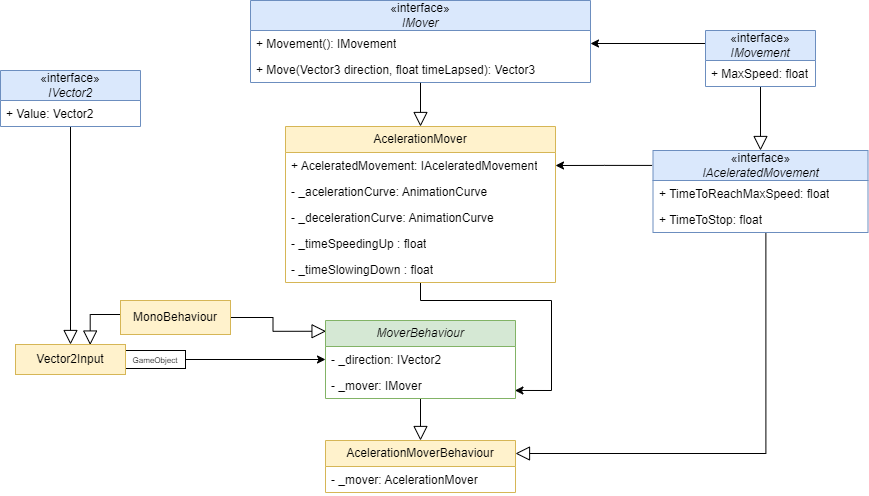
The draw.io diagram Documentation/MovementSystem.png in MateoRyhr/prevail_fps-zombie-unity, before a commit. Source tidied: cells renumbered, new cells last; positions are measured from the earlier drawing's top-left corner, leaving out a move shared by most shapes.
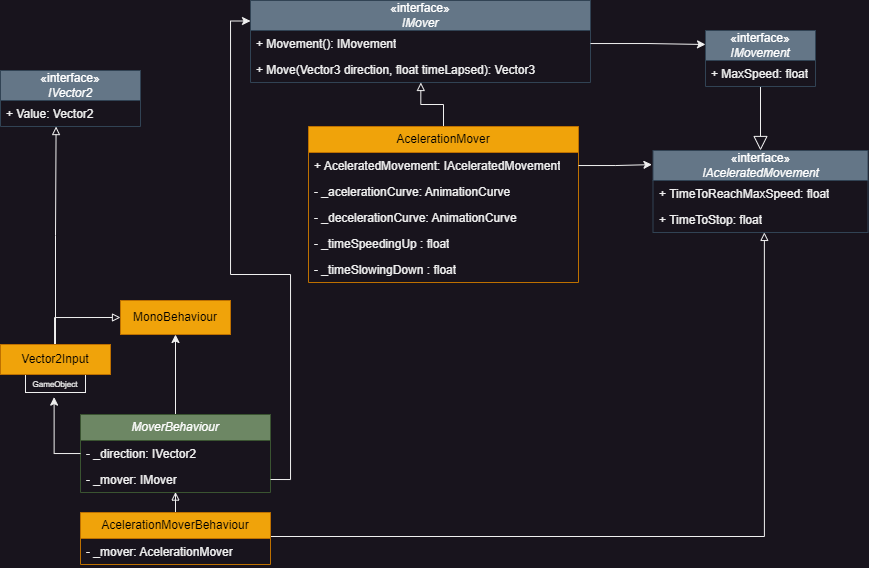
Later version of the same file.

Diff of the diagram source:
```diff
@@ -2,17 +2,14 @@
   <root>
     <mxCell id="0" />
     <mxCell id="1" parent="0" />
-    <mxCell id="2" style="edgeStyle=orthogonalEdgeStyle;rounded=0;jettySize=auto;html=1;entryX=0.5;entryY=0;entryDx=0;entryDy=0;endSize=12;endArrow=block;endFill=0;" parent="1" edge="1" source="3" target="27">
-      <mxGeometry relative="1" as="geometry" />
-    </mxCell>
-    <mxCell id="3" value="«interface»&lt;br&gt;&lt;i&gt;IVector2&lt;/i&gt;" style="swimlane;fontStyle=0;horizontal=1;startSize=30;fillColor=#dae8fc;whiteSpace=wrap;html=1;strokeColor=#6c8ebf;" parent="1" vertex="1">
-      <mxGeometry y="70" width="140" height="56" as="geometry" />
+    <mxCell id="3" value="«interface»&lt;br&gt;&lt;i&gt;IVector2&lt;/i&gt;" style="swimlane;fontStyle=0;horizontal=1;startSize=30;fillColor=#647687;whiteSpace=wrap;html=1;strokeColor=#314354;fontColor=#ffffff;" parent="1" vertex="1">
+      <mxGeometry x="-394" y="10" width="140" height="56" as="geometry" />
     </mxCell>
     <mxCell id="4" value="+ Value: Vector2" style="text;strokeColor=none;fillColor=none;align=left;verticalAlign=top;spacingLeft=4;spacingRight=4;overflow=hidden;points=[[0,0.5],[1,0.5]];portConstraint=eastwest;whiteSpace=wrap;html=1;" parent="3" vertex="1">
       <mxGeometry y="30" width="140" height="26" as="geometry" />
     </mxCell>
-    <mxCell id="5" value="«interface»&lt;br&gt;&lt;i&gt;IMover&lt;/i&gt;" style="swimlane;fontStyle=0;horizontal=1;startSize=30;fillColor=#dae8fc;whiteSpace=wrap;html=1;strokeColor=#6c8ebf;" parent="1" vertex="1">
-      <mxGeometry x="250" width="340" height="82" as="geometry" />
+    <mxCell id="5" value="«interface»&lt;br&gt;&lt;i&gt;IMover&lt;/i&gt;" style="swimlane;fontStyle=0;horizontal=1;startSize=30;fillColor=#647687;whiteSpace=wrap;html=1;strokeColor=#314354;fontColor=#ffffff;" parent="1" vertex="1">
+      <mxGeometry x="-144" y="-60" width="340" height="82" as="geometry" />
     </mxCell>
     <mxCell id="6" value="+ Movement(): IMovement" style="text;strokeColor=none;fillColor=none;align=left;verticalAlign=top;spacingLeft=4;spacingRight=4;overflow=hidden;points=[[0,0.5],[1,0.5]];portConstraint=eastwest;whiteSpace=wrap;html=1;" parent="5" vertex="1">
       <mxGeometry y="30" width="340" height="26" as="geometry" />
@@ -20,17 +17,11 @@
     <mxCell id="7" value="+ Move(Vector3 direction, float timeLapsed): Vector3" style="text;strokeColor=none;fillColor=none;align=left;verticalAlign=top;spacingLeft=4;spacingRight=4;overflow=hidden;points=[[0,0.5],[1,0.5]];portConstraint=eastwest;whiteSpace=wrap;html=1;" parent="5" vertex="1">
       <mxGeometry y="56" width="340" height="26" as="geometry" />
     </mxCell>
-    <mxCell id="8" style="edgeStyle=orthogonalEdgeStyle;rounded=0;jettySize=auto;html=1;entryX=0.997;entryY=0.691;entryDx=0;entryDy=0;entryPerimeter=0;" parent="1" edge="1" source="9" target="26">
-      <mxGeometry relative="1" as="geometry">
-        <Array as="points">
-          <mxPoint x="420" y="300" />
-          <mxPoint x="551" y="300" />
-          <mxPoint x="551" y="390" />
-        </Array>
-      </mxGeometry>
-    </mxCell>
+    <mxCell id="37" style="edgeStyle=orthogonalEdgeStyle;rounded=0;jettySize=auto;html=1;entryX=0.501;entryY=0.999;entryDx=0;entryDy=0;entryPerimeter=0;endArrow=block;endFill=0;" parent="1" edge="1" source="9" target="7">
+      <mxGeometry relative="1" as="geometry" />
+    </mxCell>
-    <mxCell id="9" value="AcelerationMover" style="swimlane;fontStyle=0;horizontal=1;startSize=26;fillColor=#fff2cc;whiteSpace=wrap;html=1;strokeColor=#d6b656;" parent="1" vertex="1">
-      <mxGeometry x="285" y="126" width="270" height="156" as="geometry" />
+    <mxCell id="9" value="AcelerationMover" style="swimlane;fontStyle=0;horizontal=1;startSize=26;fillColor=#f0a30a;whiteSpace=wrap;html=1;strokeColor=#BD7000;fontColor=#000000;" parent="1" vertex="1">
+      <mxGeometry x="-86" y="66" width="270" height="156" as="geometry" />
     </mxCell>
     <mxCell id="10" value="+ AceleratedMovement: IAceleratedMovement" style="text;strokeColor=none;fillColor=none;align=left;verticalAlign=top;spacingLeft=4;spacingRight=4;overflow=hidden;points=[[0,0.5],[1,0.5]];portConstraint=eastwest;whiteSpace=wrap;html=1;" parent="9" vertex="1">
       <mxGeometry y="26" width="270" height="26" as="geometry" />
@@ -47,40 +38,33 @@
     <mxCell id="14" value="- _timeSlowingDown : float" style="text;strokeColor=none;fillColor=none;align=left;verticalAlign=top;spacingLeft=4;spacingRight=4;overflow=hidden;whiteSpace=wrap;html=1;" parent="9" vertex="1">
       <mxGeometry y="130" width="270" height="26" as="geometry" />
     </mxCell>
-    <mxCell id="15" style="edgeStyle=orthogonalEdgeStyle;rounded=0;jettySize=auto;html=1;endArrow=block;endFill=0;endSize=12;exitX=0.5;exitY=1.013;exitDx=0;exitDy=0;exitPerimeter=0;entryX=0.5;entryY=0;entryDx=0;entryDy=0;" parent="1" edge="1" source="7" target="9">
-      <mxGeometry relative="1" as="geometry" />
-    </mxCell>
+    <mxCell id="38" style="edgeStyle=orthogonalEdgeStyle;rounded=0;jettySize=auto;html=1;entryX=0.518;entryY=0.997;entryDx=0;entryDy=0;entryPerimeter=0;endArrow=block;endFill=0;" parent="1" edge="1" source="16" target="36">
+      <mxGeometry relative="1" as="geometry">
+        <Array as="points">
+          <mxPoint x="370" y="476" />
+        </Array>
+      </mxGeometry>
+    </mxCell>
+    <mxCell id="39" style="edgeStyle=orthogonalEdgeStyle;rounded=0;jettySize=auto;html=1;entryX=0.5;entryY=0.983;entryDx=0;entryDy=0;entryPerimeter=0;endArrow=block;endFill=0;" parent="1" edge="1" source="16" target="26">
+      <mxGeometry relative="1" as="geometry" />
+    </mxCell>
-    <mxCell id="16" value="AcelerationMoverBehaviour" style="swimlane;fontStyle=0;horizontal=1;startSize=26;fillColor=#fff2cc;whiteSpace=wrap;html=1;strokeColor=#d6b656;" parent="1" vertex="1">
-      <mxGeometry x="325" y="440" width="190" height="52" as="geometry" />
+    <mxCell id="16" value="AcelerationMoverBehaviour" style="swimlane;fontStyle=0;horizontal=1;startSize=26;fillColor=#f0a30a;whiteSpace=wrap;html=1;strokeColor=#BD7000;fontColor=#000000;" parent="1" vertex="1">
+      <mxGeometry x="-314" y="452" width="190" height="52" as="geometry" />
     </mxCell>
     <mxCell id="17" value="- _mover: AcelerationMover" style="text;strokeColor=none;fillColor=none;align=left;verticalAlign=top;spacingLeft=4;spacingRight=4;overflow=hidden;whiteSpace=wrap;html=1;" parent="16" vertex="1">
       <mxGeometry y="26" width="190" height="26" as="geometry" />
     </mxCell>
-    <mxCell id="18" style="edgeStyle=orthogonalEdgeStyle;rounded=0;jettySize=auto;html=1;entryX=0.003;entryY=0.138;entryDx=0;entryDy=0;entryPerimeter=0;endSize=12;endArrow=block;endFill=0;" parent="1" edge="1" source="20" target="24">
-      <mxGeometry relative="1" as="geometry" />
-    </mxCell>
-    <mxCell id="19" style="edgeStyle=orthogonalEdgeStyle;rounded=0;jettySize=auto;html=1;entryX=0.679;entryY=0.018;entryDx=0;entryDy=0;entryPerimeter=0;endSize=12;endArrow=block;endFill=0;" parent="1" edge="1" source="20" target="27">
-      <mxGeometry relative="1" as="geometry">
-        <Array as="points">
-          <mxPoint x="175" y="314" />
-          <mxPoint x="90" y="314" />
-        </Array>
-      </mxGeometry>
-    </mxCell>
-    <mxCell id="20" value="MonoBehaviour" style="html=1;whiteSpace=wrap;fillColor=#fff2cc;strokeColor=#d6b656;" parent="1" vertex="1">
-      <mxGeometry x="120" y="300" width="110" height="34" as="geometry" />
+    <mxCell id="20" value="MonoBehaviour" style="html=1;whiteSpace=wrap;fillColor=#f0a30a;strokeColor=#BD7000;fontColor=#000000;" parent="1" vertex="1">
+      <mxGeometry x="-274" y="240" width="110" height="34" as="geometry" />
     </mxCell>
-    <mxCell id="21" style="edgeStyle=orthogonalEdgeStyle;rounded=0;jettySize=auto;html=1;entryX=0;entryY=0.5;entryDx=0;entryDy=0;" parent="1" edge="1" source="22" target="25">
-      <mxGeometry relative="1" as="geometry" />
-    </mxCell>
     <mxCell id="22" value="&lt;font style=&quot;font-size: 8px;&quot;&gt;GameObject&lt;/font&gt;" style="html=1;whiteSpace=wrap;" parent="1" vertex="1">
-      <mxGeometry x="125" y="350" width="60" height="18" as="geometry" />
+      <mxGeometry x="-369" y="314" width="60" height="18" as="geometry" />
     </mxCell>
-    <mxCell id="23" style="edgeStyle=orthogonalEdgeStyle;rounded=0;jettySize=auto;html=1;entryX=0.5;entryY=0;entryDx=0;entryDy=0;endSize=12;endArrow=block;endFill=0;" parent="1" edge="1" source="24" target="16">
-      <mxGeometry relative="1" as="geometry" />
-    </mxCell>
+    <mxCell id="40" style="edgeStyle=orthogonalEdgeStyle;rounded=0;jettySize=auto;html=1;entryX=0.5;entryY=1;entryDx=0;entryDy=0;" parent="1" edge="1" source="24" target="20">
+      <mxGeometry relative="1" as="geometry" />
+    </mxCell>
-    <mxCell id="24" value="&lt;i&gt;MoverBehaviour&lt;/i&gt;" style="swimlane;fontStyle=0;horizontal=1;startSize=26;fillColor=#d5e8d4;whiteSpace=wrap;html=1;strokeColor=#82b366;" parent="1" vertex="1">
-      <mxGeometry x="325" y="320" width="190" height="78" as="geometry" />
+    <mxCell id="24" value="&lt;i&gt;MoverBehaviour&lt;/i&gt;" style="swimlane;fontStyle=0;horizontal=1;startSize=26;fillColor=#6d8764;whiteSpace=wrap;html=1;strokeColor=#3A5431;fontColor=#ffffff;" parent="1" vertex="1">
+      <mxGeometry x="-314" y="354" width="190" height="78" as="geometry" />
     </mxCell>
     <mxCell id="25" value="- _direction: IVector2" style="text;strokeColor=none;fillColor=none;align=left;verticalAlign=top;spacingLeft=4;spacingRight=4;overflow=hidden;points=[[0,0.5],[1,0.5]];portConstraint=eastwest;whiteSpace=wrap;html=1;" parent="24" vertex="1">
       <mxGeometry y="26" width="190" height="26" as="geometry" />
@@ -88,37 +72,35 @@
     <mxCell id="26" value="- _mover: IMover" style="text;strokeColor=none;fillColor=none;align=left;verticalAlign=top;spacingLeft=4;spacingRight=4;overflow=hidden;points=[[0,0.5],[1,0.5]];portConstraint=eastwest;whiteSpace=wrap;html=1;" parent="24" vertex="1">
       <mxGeometry y="52" width="190" height="26" as="geometry" />
     </mxCell>
+    <mxCell id="41" style="edgeStyle=orthogonalEdgeStyle;rounded=0;jettySize=auto;html=1;endArrow=block;endFill=0;entryX=0.397;entryY=1.002;entryDx=0;entryDy=0;entryPerimeter=0;" parent="1" edge="1" source="27" target="4">
+      <mxGeometry relative="1" as="geometry">
+        <Array as="points">
+          <mxPoint x="-339" y="175" />
+          <mxPoint x="-338" y="175" />
+        </Array>
+      </mxGeometry>
+    </mxCell>
+    <mxCell id="42" style="edgeStyle=orthogonalEdgeStyle;rounded=0;jettySize=auto;html=1;entryX=0;entryY=0.5;entryDx=0;entryDy=0;endArrow=block;endFill=0;" parent="1" edge="1" source="27" target="20">
+      <mxGeometry relative="1" as="geometry">
+        <Array as="points">
+          <mxPoint x="-340" y="257" />
+        </Array>
+      </mxGeometry>
+    </mxCell>
-    <mxCell id="27" value="Vector2Input" style="html=1;whiteSpace=wrap;fillColor=#fff2cc;strokeColor=#d6b656;" parent="1" vertex="1">
-      <mxGeometry x="15" y="344" width="110" height="30" as="geometry" />
+    <mxCell id="27" value="Vector2Input" style="html=1;whiteSpace=wrap;fillColor=#f0a30a;strokeColor=#BD7000;fontColor=#000000;" parent="1" vertex="1">
+      <mxGeometry x="-394" y="284" width="110" height="30" as="geometry" />
     </mxCell>
     <mxCell id="28" style="edgeStyle=orthogonalEdgeStyle;rounded=0;jettySize=auto;html=1;entryX=0.5;entryY=0;entryDx=0;entryDy=0;endSize=12;endArrow=block;endFill=0;" parent="1" edge="1" source="30" target="34">
       <mxGeometry relative="1" as="geometry" />
     </mxCell>
-    <mxCell id="29" style="edgeStyle=orthogonalEdgeStyle;rounded=0;jettySize=auto;html=1;exitX=0;exitY=0.25;exitDx=0;exitDy=0;entryX=1;entryY=0.5;entryDx=0;entryDy=0;" parent="1" edge="1" source="30" target="6">
-      <mxGeometry relative="1" as="geometry">
-        <Array as="points">
-          <mxPoint x="705" y="43" />
-        </Array>
-      </mxGeometry>
-    </mxCell>
-    <mxCell id="30" value="«interface»&lt;br&gt;&lt;i&gt;IMovement&lt;/i&gt;" style="swimlane;fontStyle=0;horizontal=1;startSize=30;fillColor=#dae8fc;whiteSpace=wrap;html=1;strokeColor=#6c8ebf;" parent="1" vertex="1">
-      <mxGeometry x="705" y="30" width="110" height="56" as="geometry" />
+    <mxCell id="30" value="«interface»&lt;br&gt;&lt;i&gt;IMovement&lt;/i&gt;" style="swimlane;fontStyle=0;horizontal=1;startSize=30;fillColor=#647687;whiteSpace=wrap;html=1;strokeColor=#314354;fontColor=#ffffff;" parent="1" vertex="1">
+      <mxGeometry x="311" y="-30" width="110" height="56" as="geometry" />
     </mxCell>
     <mxCell id="31" value="+ MaxSpeed: float" style="text;strokeColor=none;fillColor=none;align=left;verticalAlign=top;spacingLeft=4;spacingRight=4;overflow=hidden;whiteSpace=wrap;html=1;" parent="30" vertex="1">
       <mxGeometry y="30" width="110" height="26" as="geometry" />
     </mxCell>
-    <mxCell id="32" style="edgeStyle=orthogonalEdgeStyle;rounded=0;jettySize=auto;html=1;entryX=1;entryY=0.25;entryDx=0;entryDy=0;exitX=0.525;exitY=0.983;exitDx=0;exitDy=0;endSize=12;endArrow=block;endFill=0;exitPerimeter=0;" parent="1" edge="1" source="36" target="16">
-      <mxGeometry relative="1" as="geometry">
-        <Array as="points">
-          <mxPoint x="765" y="453" />
-        </Array>
-      </mxGeometry>
-    </mxCell>
-    <mxCell id="33" style="edgeStyle=orthogonalEdgeStyle;rounded=0;jettySize=auto;html=1;entryX=1;entryY=0.25;entryDx=0;entryDy=0;exitX=-0.004;exitY=0.182;exitDx=0;exitDy=0;exitPerimeter=0;" parent="1" edge="1" source="34" target="9">
-      <mxGeometry relative="1" as="geometry" />
-    </mxCell>
-    <mxCell id="34" value="«interface»&lt;br&gt;&lt;i&gt;IAceleratedMovement&lt;/i&gt;" style="swimlane;fontStyle=0;horizontal=1;startSize=30;fillColor=#dae8fc;whiteSpace=wrap;html=1;strokeColor=#6c8ebf;" parent="1" vertex="1">
-      <mxGeometry x="652.5" y="150" width="215" height="82" as="geometry" />
+    <mxCell id="34" value="«interface»&lt;br&gt;&lt;i&gt;IAceleratedMovement&lt;/i&gt;" style="swimlane;fontStyle=0;horizontal=1;startSize=30;fillColor=#647687;whiteSpace=wrap;html=1;strokeColor=#314354;fontColor=#ffffff;" parent="1" vertex="1">
+      <mxGeometry x="258.5" y="90" width="215" height="82" as="geometry" />
     </mxCell>
     <mxCell id="35" value="+ TimeToReachMaxSpeed: float" style="text;strokeColor=none;fillColor=none;align=left;verticalAlign=top;spacingLeft=4;spacingRight=4;overflow=hidden;whiteSpace=wrap;html=1;" parent="34" vertex="1">
       <mxGeometry y="30" width="215" height="26" as="geometry" />
@@ -126,5 +108,17 @@
     <mxCell id="36" value="+ TimeToStop: float" style="text;strokeColor=none;fillColor=none;align=left;verticalAlign=top;spacingLeft=4;spacingRight=4;overflow=hidden;points=[[0,0.5],[1,0.5]];portConstraint=eastwest;whiteSpace=wrap;html=1;" parent="34" vertex="1">
       <mxGeometry y="56" width="215" height="26" as="geometry" />
     </mxCell>
+    <mxCell id="43" style="edgeStyle=orthogonalEdgeStyle;rounded=0;jettySize=auto;html=1;entryX=0;entryY=0.25;entryDx=0;entryDy=0;" parent="1" edge="1" source="6" target="30">
+      <mxGeometry relative="1" as="geometry" />
+    </mxCell>
+    <mxCell id="44" style="edgeStyle=orthogonalEdgeStyle;rounded=0;jettySize=auto;html=1;entryX=-0.005;entryY=0.172;entryDx=0;entryDy=0;entryPerimeter=0;" parent="1" edge="1" source="10" target="34">
+      <mxGeometry relative="1" as="geometry" />
+    </mxCell>
+    <mxCell id="45" style="edgeStyle=orthogonalEdgeStyle;rounded=0;jettySize=auto;html=1;entryX=0;entryY=0.25;entryDx=0;entryDy=0;exitX=1;exitY=0.5;exitDx=0;exitDy=0;" parent="1" edge="1" source="26" target="5">
+      <mxGeometry relative="1" as="geometry" />
+    </mxCell>
+    <mxCell id="46" style="edgeStyle=orthogonalEdgeStyle;rounded=0;jettySize=auto;html=1;entryX=0.477;entryY=1.257;entryDx=0;entryDy=0;entryPerimeter=0;" parent="1" edge="1" source="25" target="22">
+      <mxGeometry relative="1" as="geometry" />
+    </mxCell>
   </root>
 </mxGraphModel>
```
